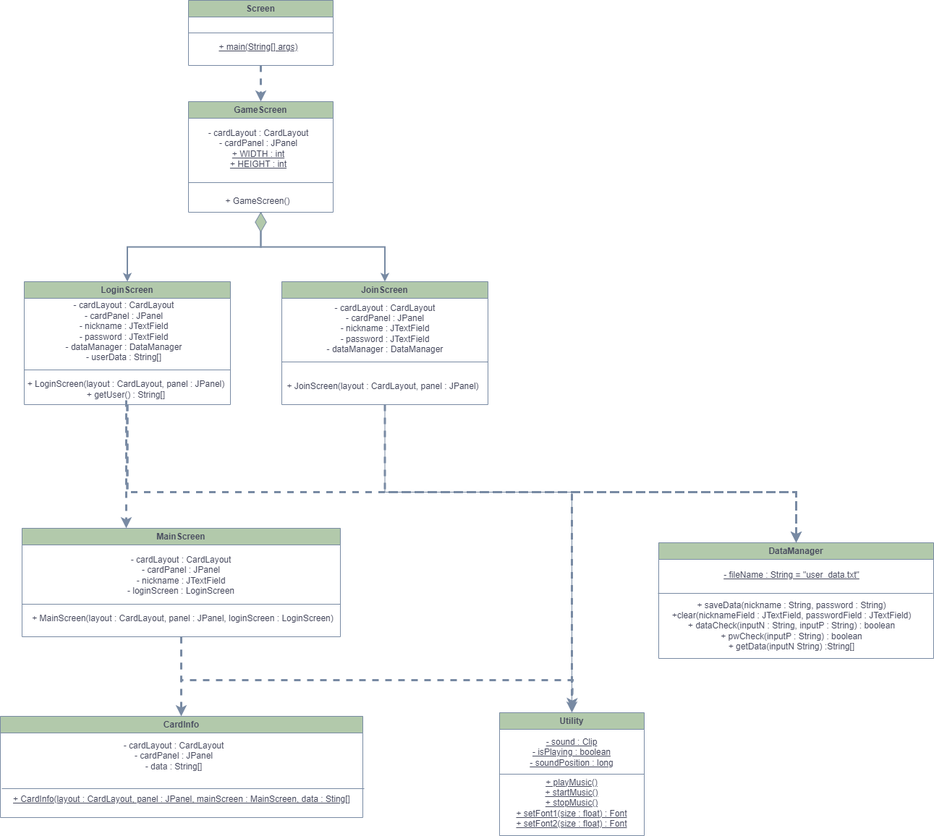
The draw.io diagram classDiagram.png in dmsqls0704/software, before a commit. Source tidied: cells renumbered, new cells last; positions are measured from the earlier drawing's top-left corner, leaving out a move shared by most shapes. Source of this version:
```xml
<mxGraphModel>
  <root>
    <mxCell id="0" />
    <mxCell id="1" parent="0" />
    <mxCell id="2" style="group;" parent="1" vertex="1">
      <mxGeometry x="30" width="1231" height="900" as="geometry" />
    </mxCell>
    <mxCell id="3" style="edgeStyle=orthogonalEdgeStyle;rounded=0;jettySize=auto;html=1;strokeColor=#788AA3;fontColor=#46495D;fillColor=#B2C9AB;dashed=1;strokeWidth=3;" parent="2" edge="1" source="4">
      <mxGeometry relative="1" as="geometry">
        <mxPoint x="330" y="140" as="targetPoint" />
      </mxGeometry>
    </mxCell>
    <mxCell id="4" value="Screen" style="swimlane;whiteSpace=wrap;html=1;rounded=0;labelBackgroundColor=none;fillColor=#B2C9AB;strokeColor=#788AA3;fontColor=#46495D;" parent="2" vertex="1">
      <mxGeometry x="230" width="200" height="90" as="geometry" />
    </mxCell>
    <mxCell id="5" value="+ main(String[] args)" style="text;html=1;strokeColor=none;fillColor=none;align=center;verticalAlign=middle;whiteSpace=wrap;rounded=0;fontStyle=4;labelBackgroundColor=none;fontColor=#46495D;" parent="4" vertex="1">
      <mxGeometry x="12" y="50" width="170" height="30" as="geometry" />
    </mxCell>
    <mxCell id="6" style="endArrow=none;html=1;rounded=0;exitX=0;exitY=0.5;exitDx=0;exitDy=0;entryX=1;entryY=0.5;entryDx=0;entryDy=0;labelBackgroundColor=none;strokeColor=#788AA3;fontColor=default;" parent="2" edge="1" source="4" target="4">
      <mxGeometry relative="1" as="geometry" />
    </mxCell>
    <mxCell id="7" style="group;rounded=0;labelBackgroundColor=none;fontColor=#46495D;" parent="2" vertex="1">
      <mxGeometry x="230" y="150" width="200" height="150" as="geometry" />
    </mxCell>
    <mxCell id="8" value="GameScreen" style="swimlane;whiteSpace=wrap;html=1;rounded=0;labelBackgroundColor=none;fillColor=#B2C9AB;strokeColor=#788AA3;fontColor=#46495D;" parent="7" vertex="1">
      <mxGeometry y="-10" width="200" height="153" as="geometry" />
    </mxCell>
    <mxCell id="9" value="- cardLayout : CardLayout&lt;br&gt;- cardPanel : JPanel&lt;br&gt;&lt;u&gt;+ WIDTH : int&lt;br&gt;+ HEIGHT : int&lt;/u&gt;" style="text;html=1;strokeColor=none;fillColor=none;align=center;verticalAlign=middle;whiteSpace=wrap;rounded=0;labelBackgroundColor=none;fontColor=#46495D;" parent="8" vertex="1">
      <mxGeometry x="18" y="50" width="158" height="30" as="geometry" />
    </mxCell>
    <mxCell id="10" style="endArrow=none;html=1;rounded=0;exitX=0;exitY=0.5;exitDx=0;exitDy=0;entryX=1;entryY=0.5;entryDx=0;entryDy=0;labelBackgroundColor=none;strokeColor=#788AA3;fontColor=default;" parent="7" edge="1">
      <mxGeometry relative="1" as="geometry">
        <mxPoint y="102" as="sourcePoint" />
        <mxPoint x="200" y="102" as="targetPoint" />
      </mxGeometry>
    </mxCell>
    <mxCell id="11" value="+ GameScreen()" style="text;html=1;strokeColor=none;fillColor=none;align=center;verticalAlign=middle;whiteSpace=wrap;rounded=0;labelBackgroundColor=none;fontColor=#46495D;" parent="7" vertex="1">
      <mxGeometry x="37" y="113" width="118" height="30" as="geometry" />
    </mxCell>
    <mxCell id="12" style="group;rounded=0;labelBackgroundColor=none;fontColor=#46495D;" parent="2" vertex="1">
      <mxGeometry x="359" y="389" width="285" height="170" as="geometry" />
    </mxCell>
    <mxCell id="13" style="edgeStyle=orthogonalEdgeStyle;rounded=0;jettySize=auto;html=1;strokeColor=#788AA3;fontColor=#46495D;fillColor=#B2C9AB;" parent="12" edge="1" source="14">
      <mxGeometry relative="1" as="geometry">
        <mxPoint x="401" y="591" as="targetPoint" />
        <Array as="points">
          <mxPoint x="143" y="291" />
          <mxPoint x="401" y="291" />
        </Array>
      </mxGeometry>
    </mxCell>
    <mxCell id="14" value="JoinScreen" style="swimlane;whiteSpace=wrap;html=1;rounded=0;labelBackgroundColor=none;fillColor=#B2C9AB;strokeColor=#788AA3;fontColor=#46495D;" parent="12" vertex="1">
      <mxGeometry width="285" height="170" as="geometry" />
    </mxCell>
    <mxCell id="15" value="- cardLayout : CardLayout&lt;br style=&quot;border-color: var(--border-color);&quot;&gt;- cardPanel : JPanel&lt;br&gt;- nickname : JTextField&lt;br&gt;- password : JTextField&lt;br&gt;- dataManager : DataManager" style="text;html=1;strokeColor=none;fillColor=none;align=center;verticalAlign=middle;whiteSpace=wrap;rounded=0;labelBackgroundColor=none;fontColor=#46495D;" parent="14" vertex="1">
      <mxGeometry x="52.5" y="50" width="180" height="30" as="geometry" />
    </mxCell>
    <mxCell id="16" value="+ JoinScreen(layout : CardLayout, panel : JPanel)" style="text;html=1;strokeColor=none;fillColor=none;align=center;verticalAlign=middle;whiteSpace=wrap;rounded=0;labelBackgroundColor=none;fontColor=#46495D;" parent="14" vertex="1">
      <mxGeometry x="-5" y="130" width="290" height="30" as="geometry" />
    </mxCell>
    <mxCell id="17" style="endArrow=none;html=1;rounded=0;entryX=1;entryY=0.5;entryDx=0;entryDy=0;exitX=0;exitY=0.5;exitDx=0;exitDy=0;labelBackgroundColor=none;strokeColor=#788AA3;fontColor=default;" parent="12" edge="1">
      <mxGeometry relative="1" as="geometry">
        <mxPoint y="111" as="sourcePoint" />
        <mxPoint x="285" y="111" as="targetPoint" />
      </mxGeometry>
    </mxCell>
    <mxCell id="18" style="group;rounded=0;labelBackgroundColor=none;fontColor=#46495D;" parent="2" vertex="1">
      <mxGeometry x="-1" y="389" width="290" height="170" as="geometry" />
    </mxCell>
    <mxCell id="19" value="- cardLayout : CardLayout&lt;br style=&quot;border-color: var(--border-color);&quot;&gt;- cardPanel : JPanel&lt;br&gt;- nickname : JTextField&lt;br&gt;- password : JTextField&lt;br&gt;- dataManager : DataManager&lt;br&gt;- userData : String[]" style="text;html=1;strokeColor=none;fillColor=none;align=center;verticalAlign=middle;whiteSpace=wrap;rounded=0;labelBackgroundColor=none;fontColor=#46495D;" parent="18" vertex="1">
      <mxGeometry x="52" y="54" width="180" height="30" as="geometry" />
    </mxCell>
    <mxCell id="20" value="+ LoginScreen(layout : CardLayout, panel : JPanel)&lt;br&gt;+ getUser() : String[]" style="text;html=1;strokeColor=none;fillColor=none;align=center;verticalAlign=middle;whiteSpace=wrap;rounded=0;labelBackgroundColor=none;fontColor=#46495D;" parent="18" vertex="1">
      <mxGeometry y="134" width="290" height="30" as="geometry" />
    </mxCell>
    <mxCell id="21" style="group;rounded=0;labelBackgroundColor=none;fontColor=#46495D;" parent="18" vertex="1">
      <mxGeometry x="4" width="285" height="170" as="geometry" />
    </mxCell>
    <mxCell id="22" value="LoginScreen" style="swimlane;whiteSpace=wrap;html=1;rounded=0;labelBackgroundColor=none;fillColor=#B2C9AB;strokeColor=#788AA3;fontColor=#46495D;" parent="21" vertex="1">
      <mxGeometry width="285" height="170" as="geometry" />
    </mxCell>
    <mxCell id="23" style="endArrow=none;html=1;rounded=0;entryX=1;entryY=0.5;entryDx=0;entryDy=0;exitX=0;exitY=0.5;exitDx=0;exitDy=0;labelBackgroundColor=none;strokeColor=#788AA3;fontColor=default;" parent="21" edge="1">
      <mxGeometry relative="1" as="geometry">
        <mxPoint y="122" as="sourcePoint" />
        <mxPoint x="285" y="122" as="targetPoint" />
      </mxGeometry>
    </mxCell>
    <mxCell id="24" style="edgeStyle=orthogonalEdgeStyle;rounded=0;jettySize=auto;html=1;strokeColor=#788AA3;fontColor=#46495D;fillColor=#B2C9AB;strokeWidth=3;dashed=1;" parent="2" edge="1" source="26">
      <mxGeometry relative="1" as="geometry">
        <mxPoint x="760" y="980" as="targetPoint" />
        <Array as="points">
          <mxPoint x="220" y="940" />
          <mxPoint x="761" y="940" />
          <mxPoint x="761" y="980" />
        </Array>
      </mxGeometry>
    </mxCell>
    <mxCell id="25" style="edgeStyle=orthogonalEdgeStyle;rounded=0;jettySize=auto;html=1;strokeColor=#788AA3;fontColor=#46495D;fillColor=#B2C9AB;dashed=1;strokeWidth=3;" parent="2" edge="1" source="26">
      <mxGeometry relative="1" as="geometry">
        <mxPoint x="220" y="990" as="targetPoint" />
      </mxGeometry>
    </mxCell>
    <mxCell id="26" value="MainScreen" style="swimlane;whiteSpace=wrap;html=1;rounded=0;labelBackgroundColor=none;fillColor=#B2C9AB;strokeColor=#788AA3;fontColor=#46495D;" parent="2" vertex="1">
      <mxGeometry y="730" width="440" height="150" as="geometry" />
    </mxCell>
    <mxCell id="27" value="- cardLayout : CardLayout&lt;br style=&quot;border-color: var(--border-color);&quot;&gt;- cardPanel : JPanel&lt;br&gt;- nickname : JTextField&lt;br&gt;- loginScreen : LoginScreen" style="text;html=1;strokeColor=none;fillColor=none;align=center;verticalAlign=middle;whiteSpace=wrap;rounded=0;labelBackgroundColor=none;fontColor=#46495D;" parent="26" vertex="1">
      <mxGeometry x="130" y="50" width="180" height="30" as="geometry" />
    </mxCell>
    <mxCell id="28" value="+ MainScreen(layout : CardLayout, panel : JPanel, loginScreen : LoginScreen)" style="text;html=1;strokeColor=none;fillColor=none;align=center;verticalAlign=middle;whiteSpace=wrap;rounded=0;labelBackgroundColor=none;fontColor=#46495D;" parent="26" vertex="1">
      <mxGeometry x="5" y="110" width="435" height="30" as="geometry" />
    </mxCell>
    <mxCell id="29" style="endArrow=none;html=1;rounded=0;exitX=0;exitY=0.5;exitDx=0;exitDy=0;labelBackgroundColor=none;strokeColor=#788AA3;fontColor=default;" parent="26" edge="1">
      <mxGeometry relative="1" as="geometry">
        <mxPoint y="105" as="sourcePoint" />
        <mxPoint x="440" y="105" as="targetPoint" />
      </mxGeometry>
    </mxCell>
    <mxCell id="30" style="edgeStyle=orthogonalEdgeStyle;rounded=0;jettySize=auto;html=1;strokeColor=#788AA3;fontColor=#46495D;fillColor=#B2C9AB;strokeWidth=2;" parent="2" edge="1" source="8" target="22">
      <mxGeometry relative="1" as="geometry" />
    </mxCell>
    <mxCell id="31" style="edgeStyle=orthogonalEdgeStyle;rounded=0;jettySize=auto;html=1;strokeColor=#788AA3;fontColor=#46495D;fillColor=#B2C9AB;strokeWidth=2;" parent="2" edge="1" source="8" target="14">
      <mxGeometry relative="1" as="geometry" />
    </mxCell>
    <mxCell id="32" style="html=1;whiteSpace=wrap;shape=isoRectangle;strokeColor=#788AA3;fontColor=#46495D;fillColor=#B2C9AB;rotation=-90;" parent="2" vertex="1">
      <mxGeometry x="316.7" y="298.7" width="26.7" height="16" as="geometry" />
    </mxCell>
    <mxCell id="33" style="edgeStyle=orthogonalEdgeStyle;rounded=0;jettySize=auto;html=1;entryX=0.5;entryY=0;entryDx=0;entryDy=0;strokeColor=#788AA3;fontColor=#46495D;fillColor=#B2C9AB;dashed=1;strokeWidth=3;" parent="2" edge="1" source="22" target="36">
      <mxGeometry relative="1" as="geometry">
        <Array as="points">
          <mxPoint x="146" y="680" />
          <mxPoint x="1070" y="680" />
        </Array>
      </mxGeometry>
    </mxCell>
    <mxCell id="34" style="edgeStyle=orthogonalEdgeStyle;rounded=0;jettySize=auto;html=1;strokeColor=#788AA3;fontColor=#46495D;fillColor=#B2C9AB;dashed=1;strokeWidth=3;" parent="2" edge="1" source="14" target="36">
      <mxGeometry relative="1" as="geometry">
        <Array as="points">
          <mxPoint x="502" y="680" />
          <mxPoint x="1070" y="680" />
        </Array>
      </mxGeometry>
    </mxCell>
    <mxCell id="35" style="edgeStyle=orthogonalEdgeStyle;rounded=0;jettySize=auto;html=1;strokeColor=#788AA3;fontColor=#46495D;fillColor=#B2C9AB;dashed=1;strokeWidth=3;" parent="2" edge="1" source="20" target="26">
      <mxGeometry relative="1" as="geometry">
        <Array as="points">
          <mxPoint x="144" y="660" />
          <mxPoint x="144" y="660" />
        </Array>
      </mxGeometry>
    </mxCell>
    <mxCell id="36" value="DataManager" style="swimlane;whiteSpace=wrap;html=1;rounded=0;labelBackgroundColor=none;fillColor=#B2C9AB;strokeColor=#788AA3;fontColor=#46495D;" parent="2" vertex="1">
      <mxGeometry x="880" y="750" width="380" height="160" as="geometry" />
    </mxCell>
    <mxCell id="37" value="&lt;u&gt;- fileName : String = &quot;user_data.txt&quot;&lt;/u&gt;" style="text;html=1;strokeColor=none;fillColor=none;align=center;verticalAlign=middle;whiteSpace=wrap;rounded=0;labelBackgroundColor=none;fontColor=#46495D;" parent="36" vertex="1">
      <mxGeometry x="74" y="30" width="220" height="30" as="geometry" />
    </mxCell>
    <mxCell id="38" value="+ saveData(nickname : String, password : String)&lt;br&gt;+clear(nicknameField : JTextField, passwordField : JTextField)&lt;br&gt;+ dataCheck(inputN : String, inputP : String) : boolean&lt;br&gt;+ pwCheck(inputP : String) : boolean&lt;br&gt;+ getData(inputN String) :String[]" style="text;html=1;strokeColor=none;fillColor=none;align=center;verticalAlign=middle;whiteSpace=wrap;rounded=0;labelBackgroundColor=none;fontColor=#46495D;" parent="36" vertex="1">
      <mxGeometry x="-1" y="100" width="370" height="30" as="geometry" />
    </mxCell>
    <mxCell id="39" value="Utility" style="swimlane;whiteSpace=wrap;html=1;rounded=0;labelBackgroundColor=none;fillColor=#B2C9AB;strokeColor=#788AA3;fontColor=#46495D;" parent="1" vertex="1">
      <mxGeometry x="690" y="985" width="200" height="170" as="geometry" />
    </mxCell>
    <mxCell id="40" value="&lt;u&gt;- sound : Clip&lt;br&gt;- isPlaying : boolean&lt;br&gt;- soundPosition : long&lt;/u&gt;" style="text;html=1;strokeColor=none;fillColor=none;align=center;verticalAlign=middle;whiteSpace=wrap;rounded=0;labelBackgroundColor=none;fontColor=#46495D;" parent="39" vertex="1">
      <mxGeometry x="20" y="40" width="160" height="30" as="geometry" />
    </mxCell>
    <mxCell id="41" value="&lt;u&gt;+ playMusic()&lt;br&gt;+ startMusic()&lt;br&gt;+ stopMusic()&lt;br&gt;+ setFont1(size : float) : Font&lt;br&gt;&lt;/u&gt;&lt;u style=&quot;border-color: var(--border-color);&quot;&gt;+ setFont2(size : float) : Font&lt;/u&gt;&lt;u&gt;&lt;br&gt;&lt;/u&gt;" style="text;html=1;strokeColor=none;fillColor=none;align=center;verticalAlign=middle;whiteSpace=wrap;rounded=0;labelBackgroundColor=none;fontColor=#46495D;" parent="39" vertex="1">
      <mxGeometry x="20" y="110" width="160" height="30" as="geometry" />
    </mxCell>
    <mxCell id="42" style="endArrow=none;html=1;exitX=0;exitY=0.5;exitDx=0;exitDy=0;entryX=1;entryY=0.5;entryDx=0;entryDy=0;labelBackgroundColor=none;strokeColor=#788AA3;fontColor=default;" parent="1" edge="1" source="39" target="39">
      <mxGeometry relative="1" as="geometry" />
    </mxCell>
    <mxCell id="43" value="CardInfo" style="swimlane;whiteSpace=wrap;html=1;rounded=0;labelBackgroundColor=none;fillColor=#B2C9AB;strokeColor=#788AA3;fontColor=#46495D;" parent="1" vertex="1">
      <mxGeometry y="990" width="501" height="140" as="geometry" />
    </mxCell>
    <mxCell id="44" value="- cardLayout : CardLayout&lt;br&gt;- cardPanel : JPanel&lt;br&gt;- data : String[]" style="text;html=1;strokeColor=none;fillColor=none;align=center;verticalAlign=middle;whiteSpace=wrap;rounded=0;labelBackgroundColor=none;fontColor=#46495D;" parent="43" vertex="1">
      <mxGeometry x="160" y="40" width="160" height="30" as="geometry" />
    </mxCell>
    <mxCell id="45" value="&lt;u&gt;+ CardInfo(layout : CardLayout, panel : JPanel, mainScreen : MainScreen, data : Sting[]&lt;br&gt;&lt;/u&gt;" style="text;html=1;strokeColor=none;fillColor=none;align=center;verticalAlign=middle;whiteSpace=wrap;rounded=0;labelBackgroundColor=none;fontColor=#46495D;" parent="43" vertex="1">
      <mxGeometry x="15.5" y="100" width="470" height="30" as="geometry" />
    </mxCell>
    <mxCell id="46" style="endArrow=none;html=1;exitX=0;exitY=0.5;exitDx=0;exitDy=0;entryX=1;entryY=0.5;entryDx=0;entryDy=0;labelBackgroundColor=none;strokeColor=#788AA3;fontColor=default;" parent="43" edge="1">
      <mxGeometry relative="1" as="geometry">
        <mxPoint x="2" y="100" as="sourcePoint" />
        <mxPoint x="503" y="100" as="targetPoint" />
      </mxGeometry>
    </mxCell>
    <mxCell id="47" style="edgeStyle=orthogonalEdgeStyle;rounded=0;jettySize=auto;html=1;entryX=0.5;entryY=0;entryDx=0;entryDy=0;strokeColor=#788AA3;fontColor=#46495D;fillColor=#B2C9AB;dashed=1;strokeWidth=3;" parent="1" edge="1" source="22" target="39">
      <mxGeometry relative="1" as="geometry">
        <Array as="points">
          <mxPoint x="176" y="680" />
          <mxPoint x="790" y="680" />
        </Array>
      </mxGeometry>
    </mxCell>
    <mxCell id="48" style="group;rounded=0;labelBackgroundColor=none;fontColor=#46495D;" parent="1" vertex="1">
      <mxGeometry x="909" y="750" width="380" height="160" as="geometry" />
    </mxCell>
    <mxCell id="49" style="endArrow=none;html=1;rounded=0;labelBackgroundColor=none;strokeColor=#788AA3;fontColor=default;" parent="48" edge="1">
      <mxGeometry relative="1" as="geometry">
        <mxPoint y="70" as="sourcePoint" />
        <mxPoint x="380" y="70" as="targetPoint" />
      </mxGeometry>
    </mxCell>
  </root>
</mxGraphModel>
```
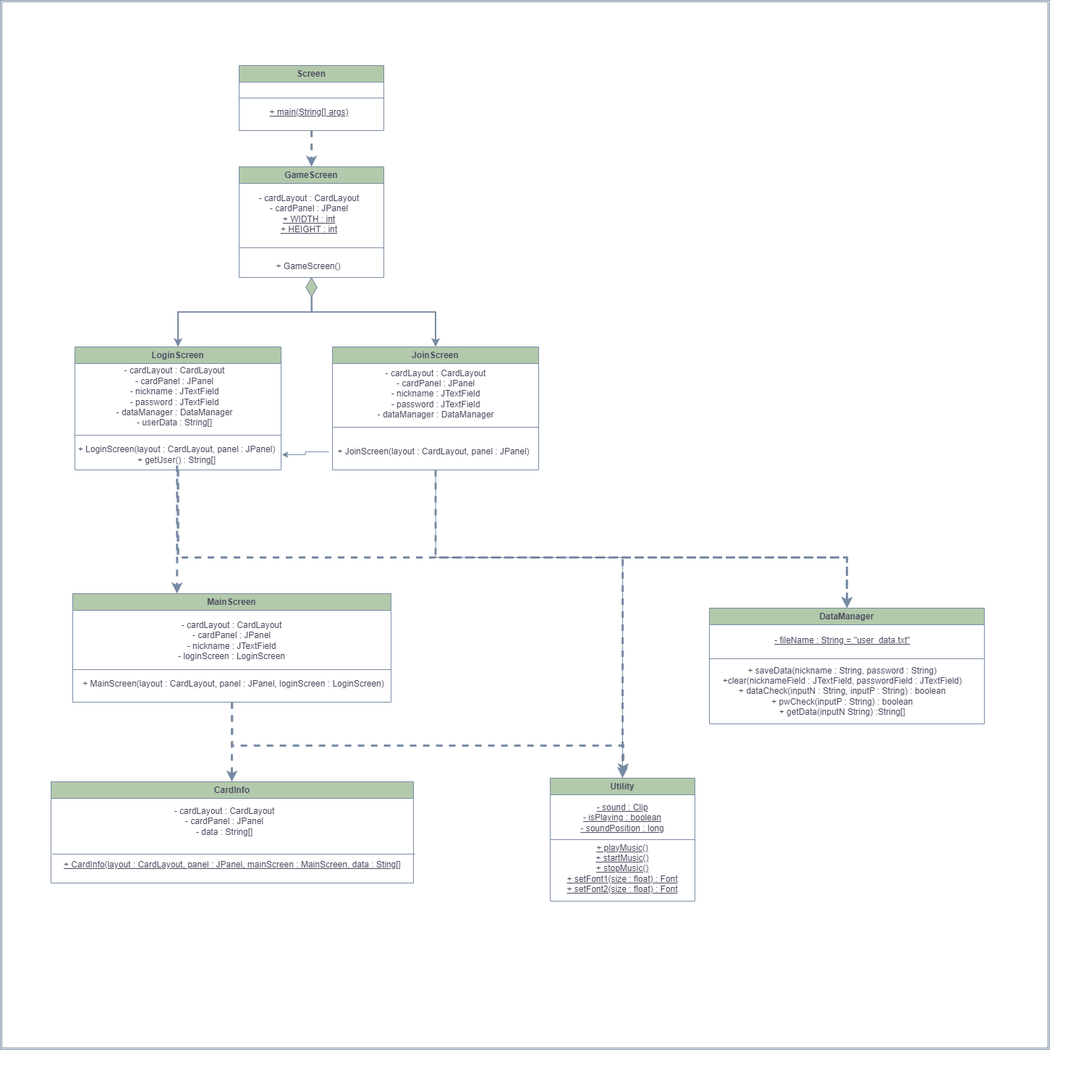
Above is the later version.

Change to the diagram source:
```diff
@@ -1,10 +1,14 @@
 <mxGraphModel>
   <root>
     <mxCell id="0" />
+    <mxCell id="50" value="배경1" parent="0" />
     <mxCell id="1" parent="0" />
     <mxCell id="2" style="group;" parent="1" vertex="1">
-      <mxGeometry x="30" width="1231" height="900" as="geometry" />
+      <mxGeometry x="30" width="1400" height="1410" as="geometry" />
     </mxCell>
+    <mxCell id="51" style="shape=ext;double=1;whiteSpace=wrap;html=1;strokeColor=#788AA3;fontColor=#46495D;fillColor=#FFFFFF;" parent="2" vertex="1">
+      <mxGeometry x="-100" y="-90" width="1450" height="1450" as="geometry" />
+    </mxCell>
     <mxCell id="3" style="edgeStyle=orthogonalEdgeStyle;rounded=0;jettySize=auto;html=1;strokeColor=#788AA3;fontColor=#46495D;fillColor=#B2C9AB;dashed=1;strokeWidth=3;" parent="2" edge="1" source="4">
       <mxGeometry relative="1" as="geometry">
         <mxPoint x="330" y="140" as="targetPoint" />
@@ -157,6 +161,9 @@
     <mxCell id="38" value="+ saveData(nickname : String, password : String)&lt;br&gt;+clear(nicknameField : JTextField, passwordField : JTextField)&lt;br&gt;+ dataCheck(inputN : String, inputP : String) : boolean&lt;br&gt;+ pwCheck(inputP : String) : boolean&lt;br&gt;+ getData(inputN String) :String[]" style="text;html=1;strokeColor=none;fillColor=none;align=center;verticalAlign=middle;whiteSpace=wrap;rounded=0;labelBackgroundColor=none;fontColor=#46495D;" parent="36" vertex="1">
       <mxGeometry x="-1" y="100" width="370" height="30" as="geometry" />
     </mxCell>
+    <mxCell id="52" style="edgeStyle=orthogonalEdgeStyle;rounded=0;jettySize=auto;html=1;strokeColor=#788AA3;fontColor=#46495D;fillColor=#B2C9AB;" parent="2" edge="1" source="16" target="20">
+      <mxGeometry relative="1" as="geometry" />
+    </mxCell>
     <mxCell id="39" value="Utility" style="swimlane;whiteSpace=wrap;html=1;rounded=0;labelBackgroundColor=none;fillColor=#B2C9AB;strokeColor=#788AA3;fontColor=#46495D;" parent="1" vertex="1">
       <mxGeometry x="690" y="985" width="200" height="170" as="geometry" />
     </mxCell>
```
